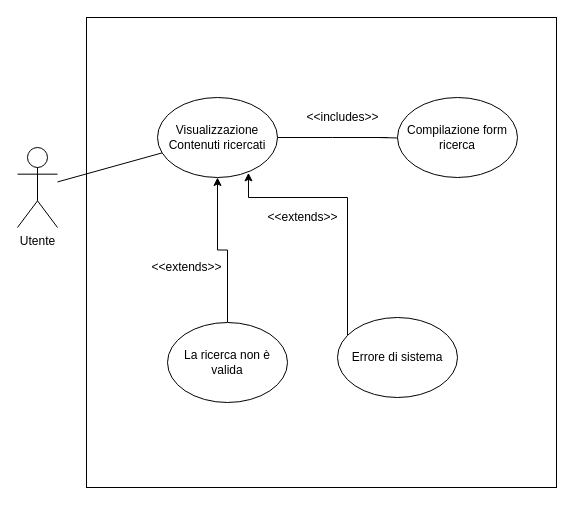
Earlier version of the draw.io diagram Documenti/diagrammi/use case diagrams/UseCase Diagram(Ricerca Contenuti).drawio (IlSelva/ProgettoIS). Source tidied: cells renumbered, new cells numbered last; positions are measured from the earlier drawing's top-left corner, leaving out a move shared by most shapes. Both pictures are drawn from the tidied source at 100%, with x=0, y=0 at pixel (17, 17).
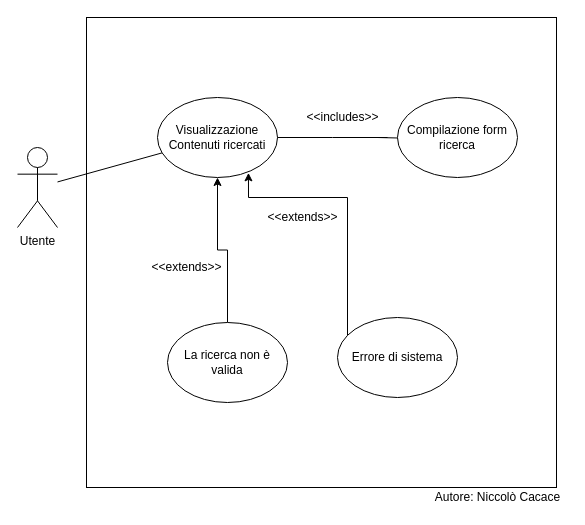
The same diagram, later.

Change to the diagram source:
```diff
@@
 <mxGraphModel>
   <root>
     <mxCell id="0" />
     <mxCell id="1" parent="0" />
     <mxCell id="2" style="whiteSpace=wrap;html=1;" parent="1" vertex="1">
       <mxGeometry x="69" width="470" height="470" as="geometry" />
     </mxCell>
     <mxCell id="3" value="Utente" style="shape=umlActor;verticalLabelPosition=bottom;verticalAlign=top;html=1;outlineConnect=0;" parent="1" vertex="1">
       <mxGeometry y="130" width="40" height="80" as="geometry" />
     </mxCell>
     <mxCell id="4" style="edgeStyle=orthogonalEdgeStyle;rounded=0;jettySize=auto;html=1;startArrow=none;" parent="1" edge="1" target="6">
       <mxGeometry relative="1" as="geometry">
         <mxPoint x="360" y="120" as="sourcePoint" />
       </mxGeometry>
     </mxCell>
     <mxCell id="5" value="Visualizzazione Contenuti ricercati" style="ellipse;whiteSpace=wrap;html=1;" parent="1" vertex="1">
       <mxGeometry x="140" y="80" width="120" height="80" as="geometry" />
     </mxCell>
     <mxCell id="6" value="Compilazione form ricerca" style="ellipse;whiteSpace=wrap;html=1;" parent="1" vertex="1">
       <mxGeometry x="380" y="80" width="120" height="80" as="geometry" />
     </mxCell>
     <mxCell id="7" style="edgeStyle=orthogonalEdgeStyle;rounded=0;jettySize=auto;html=1;" parent="1" edge="1" source="8" target="5">
       <mxGeometry relative="1" as="geometry" />
     </mxCell>
     <mxCell id="8" value="La ricerca non è valida" style="ellipse;whiteSpace=wrap;html=1;" parent="1" vertex="1">
       <mxGeometry x="150" y="305" width="120" height="80" as="geometry" />
     </mxCell>
     <mxCell id="9" style="edgeStyle=orthogonalEdgeStyle;rounded=0;jettySize=auto;html=1;entryX=0.758;entryY=0.942;entryDx=0;entryDy=0;entryPerimeter=0;" parent="1" edge="1" source="10" target="5">
       <mxGeometry relative="1" as="geometry">
         <Array as="points">
           <mxPoint x="330" y="180" />
           <mxPoint x="231" y="180" />
         </Array>
       </mxGeometry>
     </mxCell>
     <mxCell id="10" value="Errore di sistema" style="ellipse;whiteSpace=wrap;html=1;" parent="1" vertex="1">
       <mxGeometry x="320" y="300" width="120" height="80" as="geometry" />
     </mxCell>
     <mxCell id="11" style="edgeStyle=orthogonalEdgeStyle;rounded=0;jettySize=auto;html=1;endArrow=none;" parent="1" edge="1" source="5">
       <mxGeometry relative="1" as="geometry">
         <mxPoint x="370" y="120" as="targetPoint" />
       </mxGeometry>
     </mxCell>
     <mxCell id="12" value="&amp;lt;&amp;lt;includes&amp;gt;&amp;gt;" style="text;html=1;align=center;verticalAlign=middle;fillColor=none;strokeColor=none;rounded=0;" parent="1" vertex="1">
       <mxGeometry x="280" y="90" width="90" height="20" as="geometry" />
     </mxCell>
     <mxCell id="13" value="&amp;lt;&amp;lt;extends&amp;gt;&amp;gt;" style="text;html=1;align=center;verticalAlign=middle;fillColor=none;strokeColor=none;rounded=0;" parent="1" vertex="1">
       <mxGeometry x="240" y="190" width="90" height="20" as="geometry" />
     </mxCell>
     <mxCell id="14" value="&amp;lt;&amp;lt;extends&amp;gt;&amp;gt;" style="text;html=1;align=center;verticalAlign=middle;fillColor=none;strokeColor=none;rounded=0;" parent="1" vertex="1">
       <mxGeometry x="124" y="240" width="90" height="20" as="geometry" />
     </mxCell>
     <mxCell id="15" style="endArrow=none;html=1;rounded=0;" parent="1" edge="1" source="3" target="5">
       <mxGeometry relative="1" as="geometry" />
     </mxCell>
+    <mxCell id="16" value="Autore: Niccolò Cacace" style="text;html=1;align=center;verticalAlign=middle;strokeColor=none;fillColor=none;" parent="1" vertex="1">
+      <mxGeometry x="410" y="470" width="140" height="20" as="geometry" />
+    </mxCell>
   </root>
 </mxGraphModel>
```
